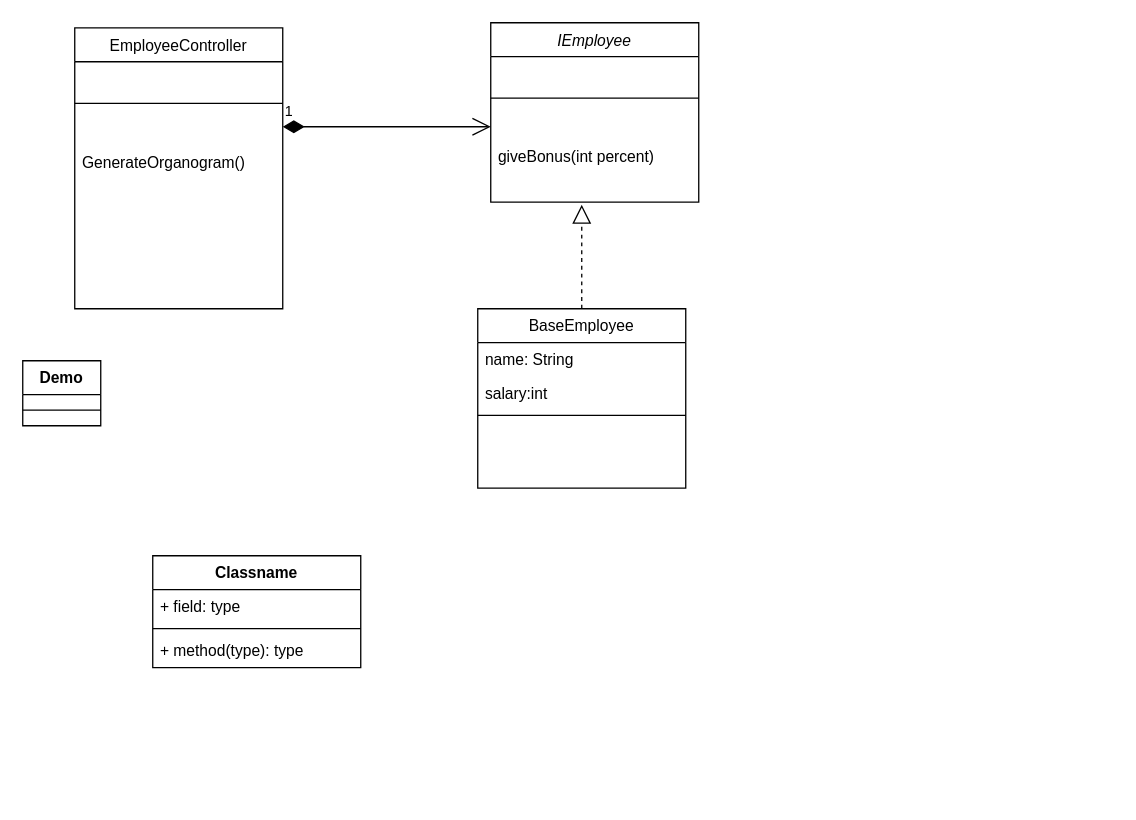
mfarhankhann/Design-pattern keeps this draw.io diagram as DesignPattern/build/classes/gof/Composite/LabWork/classdiagram.drawio. Above is the earlier version. Source tidied: cells renumbered, new cells numbered last; positions are measured from the earlier drawing's top-left corner, leaving out a move shared by most shapes. Both pictures are drawn from the tidied source at 130%, with x=0, y=0 at pixel (22, 22).
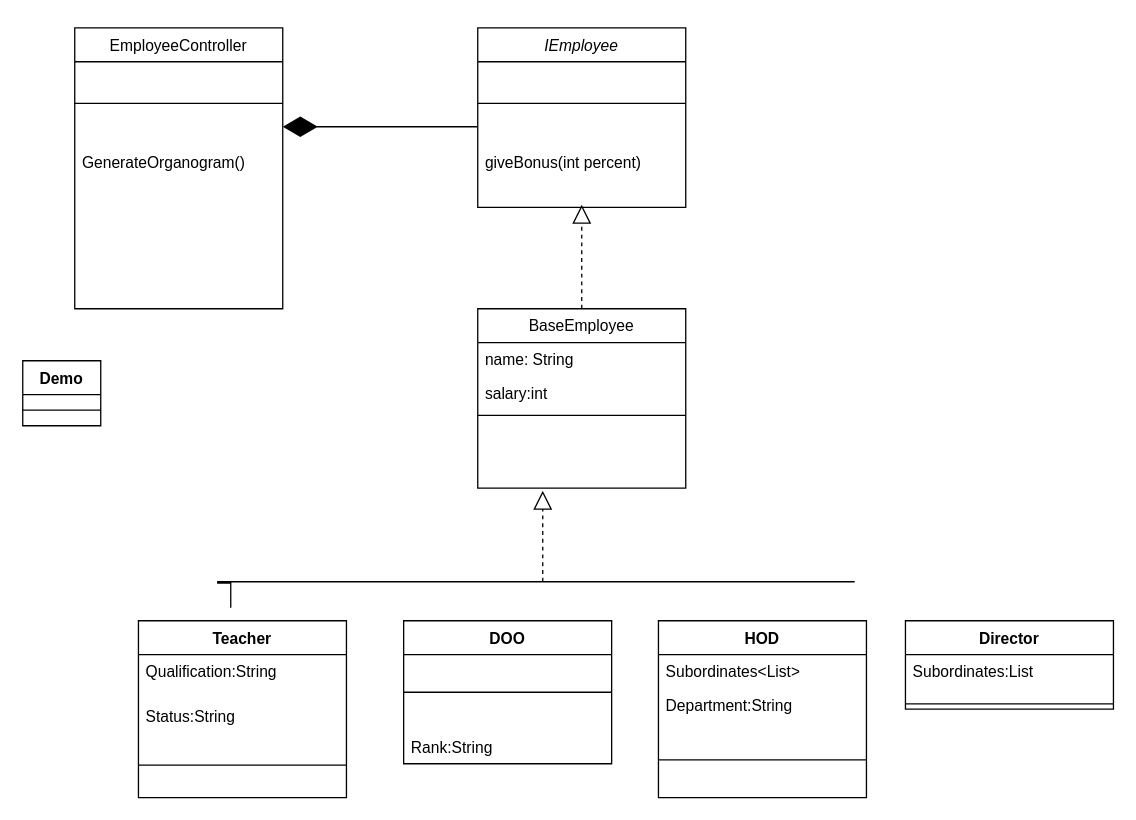
The same diagram, later.

Change to the diagram source:
```diff
@@
     <mxCell id="2" value="IEmployee" style="swimlane;fontStyle=2;align=center;verticalAlign=top;horizontal=1;startSize=26;rounded=0;shadow=0;strokeWidth=1;" parent="1" vertex="1">
-      <mxGeometry x="360" width="160" height="138" as="geometry" />
+      <mxGeometry x="350" y="4" width="160" height="138" as="geometry" />
     </mxCell>
@@
-    <mxCell id="13" value="Classname" style="swimlane;fontStyle=1;align=center;verticalAlign=top;horizontal=1;startSize=26;whiteSpace=wrap;html=1;" parent="1" vertex="1">
-      <mxGeometry x="100" y="410" width="160" height="86" as="geometry" />
+    <mxCell id="13" value="Teacher" style="swimlane;fontStyle=1;align=center;verticalAlign=top;horizontal=1;startSize=26;whiteSpace=wrap;html=1;" parent="1" vertex="1">
+      <mxGeometry x="89" y="460" width="160" height="136" as="geometry" />
     </mxCell>
-    <mxCell id="14" value="+ field: type" style="text;strokeColor=none;fillColor=none;align=left;verticalAlign=top;spacingLeft=4;spacingRight=4;overflow=hidden;whiteSpace=wrap;html=1;" parent="13" vertex="1">
-      <mxGeometry y="26" width="160" height="26" as="geometry" />
+    <mxCell id="14" value="Qualification:String" style="text;strokeColor=none;fillColor=none;align=left;verticalAlign=top;spacingLeft=4;spacingRight=4;overflow=hidden;whiteSpace=wrap;html=1;" parent="13" vertex="1">
+      <mxGeometry y="26" width="160" height="34" as="geometry" />
     </mxCell>
+    <mxCell id="20" value="Status:String" style="text;strokeColor=none;fillColor=none;align=left;verticalAlign=top;spacingLeft=4;spacingRight=4;overflow=hidden;whiteSpace=wrap;html=1;" parent="13" vertex="1">
+      <mxGeometry y="60" width="160" height="26" as="geometry" />
+    </mxCell>
     <mxCell id="15" style="line;strokeWidth=1;fillColor=none;align=left;verticalAlign=middle;spacingTop=-1;spacingLeft=3;spacingRight=3;labelPosition=right;strokeColor=inherit;" parent="13" vertex="1">
-      <mxGeometry y="52" width="160" height="8" as="geometry" />
+      <mxGeometry y="86" width="160" height="50" as="geometry" />
     </mxCell>
-    <mxCell id="16" value="+ method(type): type" style="text;strokeColor=none;fillColor=none;align=left;verticalAlign=top;spacingLeft=4;spacingRight=4;overflow=hidden;whiteSpace=wrap;html=1;" parent="13" vertex="1">
-      <mxGeometry y="60" width="160" height="26" as="geometry" />
-    </mxCell>
-    <mxCell id="17" value="1" style="endArrow=open;html=1;endSize=12;startArrow=diamondThin;startSize=14;startFill=1;edgeStyle=orthogonalEdgeStyle;align=left;verticalAlign=bottom;rounded=0;" parent="1" edge="1">
-      <mxGeometry x="-1" y="3" relative="1" as="geometry">
-        <mxPoint x="200" y="80" as="sourcePoint" />
-        <mxPoint x="360" y="80" as="targetPoint" />
-      </mxGeometry>
-    </mxCell>
@@
+    <mxCell id="21" value="DOO" style="swimlane;fontStyle=1;align=center;verticalAlign=top;horizontal=1;startSize=26;whiteSpace=wrap;html=1;" parent="1" vertex="1">
+      <mxGeometry x="293" y="460" width="160" height="110" as="geometry" />
+    </mxCell>
+    <mxCell id="22" style="line;strokeWidth=1;fillColor=none;align=left;verticalAlign=middle;spacingTop=-1;spacingLeft=3;spacingRight=3;labelPosition=right;strokeColor=inherit;" parent="21" vertex="1">
+      <mxGeometry y="26" width="160" height="58" as="geometry" />
+    </mxCell>
+    <mxCell id="23" value="Rank:String" style="text;strokeColor=none;fillColor=none;align=left;verticalAlign=top;spacingLeft=4;spacingRight=4;overflow=hidden;whiteSpace=wrap;html=1;" parent="21" vertex="1">
+      <mxGeometry y="84" width="160" height="26" as="geometry" />
+    </mxCell>
+    <mxCell id="24" value="HOD" style="swimlane;fontStyle=1;align=center;verticalAlign=top;horizontal=1;startSize=26;whiteSpace=wrap;html=1;" parent="1" vertex="1">
+      <mxGeometry x="489" y="460" width="160" height="136" as="geometry" />
+    </mxCell>
+    <mxCell id="25" value="Subordinates&amp;lt;List&amp;gt;" style="text;strokeColor=none;fillColor=none;align=left;verticalAlign=top;spacingLeft=4;spacingRight=4;overflow=hidden;whiteSpace=wrap;html=1;" parent="24" vertex="1">
+      <mxGeometry y="26" width="160" height="26" as="geometry" />
+    </mxCell>
+    <mxCell id="26" value="Department:String" style="text;strokeColor=none;fillColor=none;align=left;verticalAlign=top;spacingLeft=4;spacingRight=4;overflow=hidden;whiteSpace=wrap;html=1;" parent="24" vertex="1">
+      <mxGeometry y="52" width="160" height="26" as="geometry" />
+    </mxCell>
+    <mxCell id="27" style="line;strokeWidth=1;fillColor=none;align=left;verticalAlign=middle;spacingTop=-1;spacingLeft=3;spacingRight=3;labelPosition=right;strokeColor=inherit;" parent="24" vertex="1">
+      <mxGeometry y="78" width="160" height="58" as="geometry" />
+    </mxCell>
+    <mxCell id="28" value="Director" style="swimlane;fontStyle=1;align=center;verticalAlign=top;horizontal=1;startSize=26;whiteSpace=wrap;html=1;" parent="1" vertex="1">
+      <mxGeometry x="679" y="460" width="160" height="68" as="geometry" />
+    </mxCell>
+    <mxCell id="29" value="Subordinates:List" style="text;strokeColor=none;fillColor=none;align=left;verticalAlign=top;spacingLeft=4;spacingRight=4;overflow=hidden;whiteSpace=wrap;html=1;" parent="28" vertex="1">
+      <mxGeometry y="26" width="160" height="34" as="geometry" />
+    </mxCell>
+    <mxCell id="30" style="line;strokeWidth=1;fillColor=none;align=left;verticalAlign=middle;spacingTop=-1;spacingLeft=3;spacingRight=3;labelPosition=right;strokeColor=inherit;" parent="28" vertex="1">
+      <mxGeometry y="60" width="160" height="8" as="geometry" />
+    </mxCell>
+    <mxCell id="31" style="endArrow=diamondThin;endFill=1;endSize=24;html=1;rounded=0;" parent="1" edge="1">
+      <mxGeometry relative="1" as="geometry">
+        <mxPoint x="350" y="80" as="sourcePoint" />
+        <mxPoint x="200" y="80" as="targetPoint" />
+      </mxGeometry>
+    </mxCell>
+    <mxCell id="32" style="endArrow=block;dashed=1;endFill=0;endSize=12;html=1;rounded=0;" parent="1" edge="1">
+      <mxGeometry relative="1" as="geometry">
+        <mxPoint x="400" y="430" as="sourcePoint" />
+        <mxPoint x="400" y="360" as="targetPoint" />
+      </mxGeometry>
+    </mxCell>
+    <mxCell id="33" style="endArrow=none;html=1;edgeStyle=orthogonalEdgeStyle;rounded=0;" parent="1" edge="1">
+      <mxGeometry relative="1" as="geometry">
+        <mxPoint x="160" y="430" as="sourcePoint" />
+        <mxPoint x="250" y="430" as="targetPoint" />
+        <Array as="points">
+          <mxPoint x="400" y="430" />
+        </Array>
+      </mxGeometry>
+    </mxCell>
+    <mxCell id="34" style="endArrow=none;html=1;edgeStyle=orthogonalEdgeStyle;rounded=0;" parent="1" edge="1">
+      <mxGeometry relative="1" as="geometry">
+        <mxPoint x="400" y="430" as="sourcePoint" />
+        <mxPoint x="490" y="430" as="targetPoint" />
+        <Array as="points">
+          <mxPoint x="640" y="430" />
+        </Array>
+      </mxGeometry>
+    </mxCell>
+    <mxCell id="35" style="endArrow=none;html=1;edgeStyle=orthogonalEdgeStyle;rounded=0;" parent="1" edge="1">
+      <mxGeometry relative="1" as="geometry">
+        <mxPoint x="160" y="450" as="sourcePoint" />
+        <mxPoint x="160" y="440" as="targetPoint" />
+        <Array as="points">
+          <mxPoint x="160" y="430" />
+          <mxPoint x="150" y="430" />
+          <mxPoint x="150" y="431" />
+          <mxPoint x="160" y="431" />
+        </Array>
+      </mxGeometry>
+    </mxCell>
```
